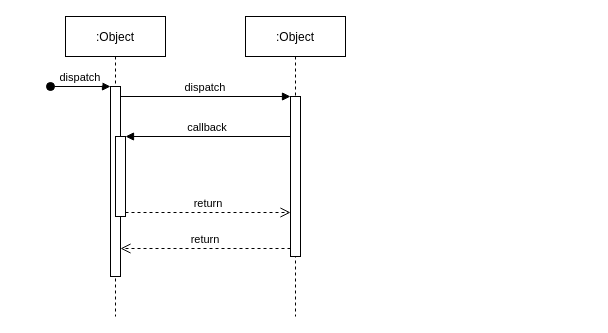
The draw.io diagram Untitled Diagram.drawio in minhtran-q/kafka-knownledge, before the edit. Source tidied: cells renumbered, new cells numbered last; positions are measured from the earlier drawing's top-left corner, leaving out a move shared by most shapes. Both pictures are drawn from the tidied source at 100%, with x=0, y=0 at pixel (50, 16).
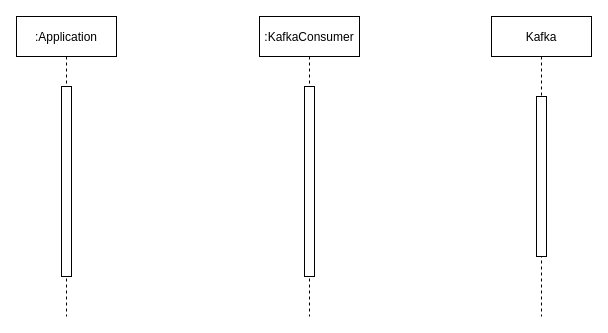
After the change.

What changed in the source:
```diff
@@
 <mxGraphModel>
   <root>
     <mxCell id="0" />
     <mxCell id="1" parent="0" />
-    <mxCell id="2" value=":Object" style="shape=umlLifeline;perimeter=lifelinePerimeter;rounded=0;shadow=0;strokeWidth=1;" parent="1" vertex="1">
-      <mxGeometry x="15" width="100" height="300" as="geometry" />
+    <mxCell id="2" value=":KafkaConsumer" style="shape=umlLifeline;perimeter=lifelinePerimeter;rounded=0;shadow=0;strokeWidth=1;" parent="1" vertex="1">
+      <mxGeometry x="209" width="100" height="300" as="geometry" />
     </mxCell>
     <mxCell id="3" style="points=[];perimeter=orthogonalPerimeter;rounded=0;shadow=0;strokeWidth=1;" parent="2" vertex="1">
       <mxGeometry x="45" y="70" width="10" height="190" as="geometry" />
     </mxCell>
-    <mxCell id="4" value="dispatch" style="verticalAlign=bottom;startArrow=oval;endArrow=block;startSize=8;shadow=0;strokeWidth=1;" parent="2" edge="1" target="3">
-      <mxGeometry relative="1" as="geometry">
-        <mxPoint x="-15" y="70" as="sourcePoint" />
-      </mxGeometry>
-    </mxCell>
-    <mxCell id="5" style="points=[];perimeter=orthogonalPerimeter;rounded=0;shadow=0;strokeWidth=1;" parent="2" vertex="1">
-      <mxGeometry x="50" y="120" width="10" height="80" as="geometry" />
-    </mxCell>
-    <mxCell id="6" value=":Object" style="shape=umlLifeline;perimeter=lifelinePerimeter;rounded=0;shadow=0;strokeWidth=1;" parent="1" vertex="1">
-      <mxGeometry x="195" width="100" height="300" as="geometry" />
+    <mxCell id="6" value="Kafka" style="shape=umlLifeline;perimeter=lifelinePerimeter;rounded=0;shadow=0;strokeWidth=1;" parent="1" vertex="1">
+      <mxGeometry x="441" width="100" height="300" as="geometry" />
     </mxCell>
     <mxCell id="7" style="points=[];perimeter=orthogonalPerimeter;rounded=0;shadow=0;strokeWidth=1;" parent="6" vertex="1">
       <mxGeometry x="45" y="80" width="10" height="160" as="geometry" />
     </mxCell>
-    <mxCell id="8" value="return" style="verticalAlign=bottom;endArrow=open;dashed=1;endSize=8;exitX=0;exitY=0.95;shadow=0;strokeWidth=1;" parent="1" edge="1" source="7" target="3">
-      <mxGeometry relative="1" as="geometry" />
-    </mxCell>
-    <mxCell id="9" value="dispatch" style="verticalAlign=bottom;endArrow=block;entryX=0;entryY=0;shadow=0;strokeWidth=1;" parent="1" edge="1" source="3" target="7">
-      <mxGeometry relative="1" as="geometry" />
-    </mxCell>
-    <mxCell id="10" value="callback" style="verticalAlign=bottom;endArrow=block;entryX=1;entryY=0;shadow=0;strokeWidth=1;" parent="1" edge="1" source="7" target="5">
-      <mxGeometry relative="1" as="geometry" />
-    </mxCell>
-    <mxCell id="11" value="return" style="verticalAlign=bottom;endArrow=open;dashed=1;endSize=8;exitX=1;exitY=0.95;shadow=0;strokeWidth=1;" parent="1" edge="1" source="5" target="7">
-      <mxGeometry relative="1" as="geometry" />
-    </mxCell>
+    <mxCell id="12" value=":Application" style="shape=umlLifeline;perimeter=lifelinePerimeter;rounded=0;shadow=0;strokeWidth=1;" parent="1" vertex="1">
+      <mxGeometry x="-34" width="100" height="300" as="geometry" />
+    </mxCell>
+    <mxCell id="13" style="perimeter=orthogonalPerimeter;rounded=0;shadow=0;strokeWidth=1;" parent="12" vertex="1">
+      <mxGeometry x="45" y="70" width="10" height="190" as="geometry" />
+    </mxCell>
   </root>
 </mxGraphModel>
```
